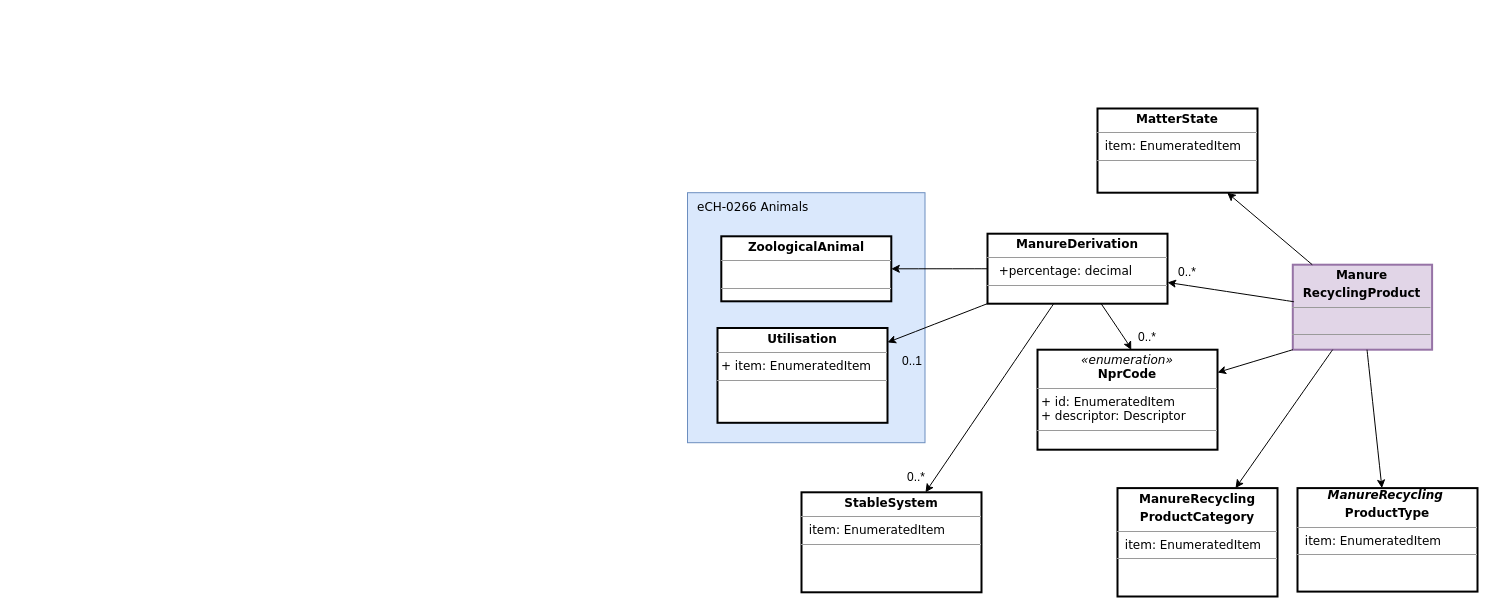
Above: src/eCH-0263__1_0__betriebsmittel_manure_recycling.drawio in blw-ofag-ufag/eCH-0263 (draw.io), before the change. Source tidied: cells renumbered, new cells numbered last; positions are measured from the earlier drawing's top-left corner, leaving out a move shared by most shapes. Both pictures are drawn from the tidied source at 100%, with x=0, y=0 at pixel (687, 108).
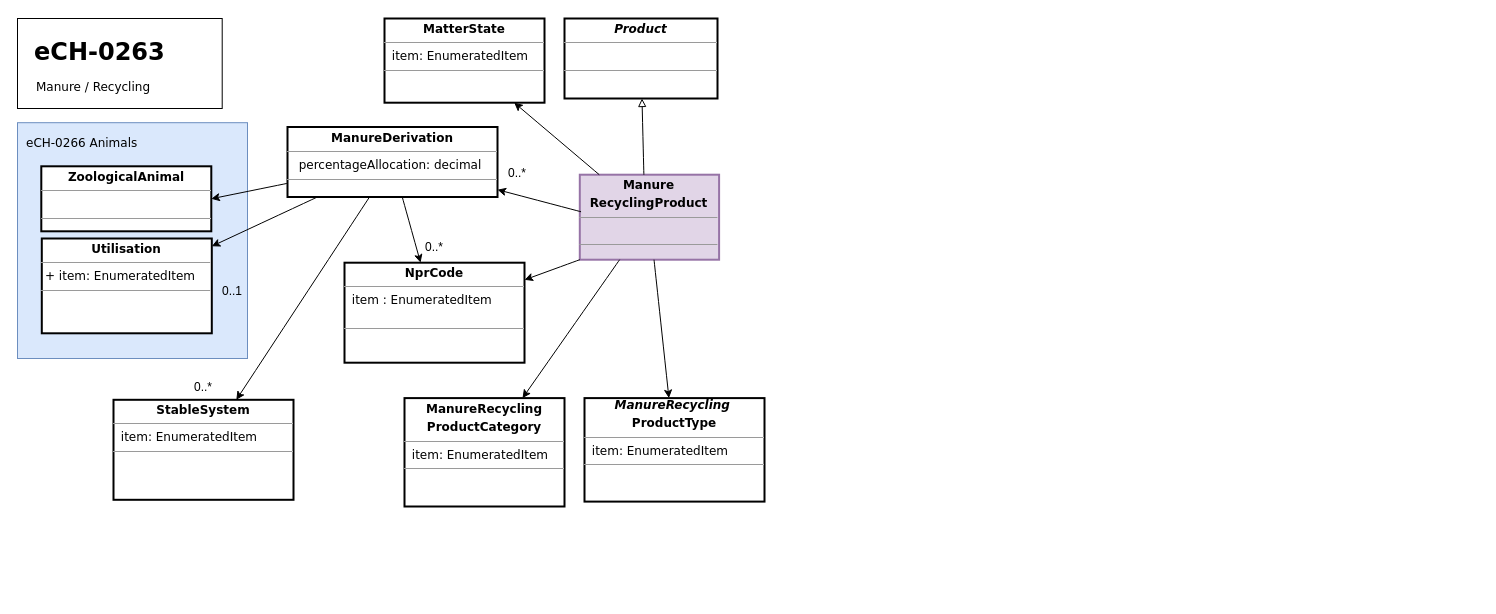
The same page after the edit.

The edit, as a diff of the source:
```diff
@@
     <mxCell id="2" value="&lt;p style=&quot;margin:0px;margin-top:4px;text-align:center;&quot;&gt;&lt;b&gt;Manure&lt;/b&gt;&lt;/p&gt;&lt;p style=&quot;margin:0px;margin-top:4px;text-align:center;&quot;&gt;&lt;b&gt;RecyclingProduct&lt;/b&gt;&lt;/p&gt;&lt;hr size=&quot;1&quot;&gt;&lt;p style=&quot;margin:0px;margin-left:4px;&quot;&gt;&amp;nbsp;&lt;br&gt;&lt;/p&gt;&lt;hr size=&quot;1&quot;&gt;&lt;p style=&quot;margin:0px;margin-left:4px;&quot;&gt;&lt;br&gt;&lt;/p&gt;" style="verticalAlign=top;align=left;overflow=fill;fontSize=12;fontFamily=Verdana;html=1;sketch=0;strokeWidth=2;fillColor=#e1d5e7;strokeColor=#9673a6;" parent="1" vertex="1">
-      <mxGeometry x="605.3" y="156.2" width="139.3" height="85" as="geometry" />
+      <mxGeometry x="-107.7" y="66.2" width="139.3" height="85" as="geometry" />
     </mxCell>
@@
     <mxCell id="4" value="&lt;i style=&quot;border-color: var(--border-color); text-align: center;&quot;&gt;&lt;span style=&quot;white-space: pre;&quot;&gt; &lt;/span&gt;&amp;nbsp; &amp;nbsp; &amp;nbsp; &amp;nbsp;&lt;b style=&quot;background-color: initial;&quot;&gt;ManureRecycling&lt;/b&gt;&lt;br&gt;&lt;/i&gt;&lt;p style=&quot;margin:0px;margin-top:4px;text-align:center;&quot;&gt;&lt;b&gt;ProductType&lt;/b&gt;&lt;/p&gt;&lt;hr size=&quot;1&quot;&gt;&lt;p style=&quot;margin:0px;margin-left:4px;&quot;&gt;&amp;nbsp;item: EnumeratedItem&lt;br&gt;&lt;/p&gt;&lt;hr size=&quot;1&quot;&gt;&lt;p style=&quot;margin:0px;margin-left:4px;&quot;&gt;&lt;br&gt;&lt;/p&gt;" style="verticalAlign=top;align=left;overflow=fill;fontSize=12;fontFamily=Verdana;html=1;sketch=0;strokeWidth=2;" parent="1" vertex="1">
-      <mxGeometry x="610" y="379.6" width="180" height="103.5" as="geometry" />
+      <mxGeometry x="-103" y="289.6" width="180" height="103.5" as="geometry" />
     </mxCell>
     <mxCell id="5" style="rounded=0;whiteSpace=wrap;html=1;fillColor=#dae8fc;strokeColor=#6c8ebf;fontFamily=Verdana;" parent="1" vertex="1">
-      <mxGeometry y="84.2" width="237.5" height="250" as="geometry" />
+      <mxGeometry x="-670" y="14.2" width="230" height="235.8" as="geometry" />
     </mxCell>
     <mxCell id="6" value="eCH-0266 Animals" style="text;html=1;strokeColor=none;fillColor=none;align=left;verticalAlign=middle;whiteSpace=wrap;rounded=0;strokeWidth=2;fontFamily=Verdana;" parent="1" vertex="1">
-      <mxGeometry x="7.5" y="84.2" width="290" height="30" as="geometry" />
+      <mxGeometry x="-663" y="20" width="290" height="30" as="geometry" />
     </mxCell>
     <mxCell id="7" value="&lt;p style=&quot;margin:0px;margin-top:4px;text-align:center;&quot;&gt;&lt;b&gt;ZoologicalAnimal&lt;/b&gt;&lt;/p&gt;&lt;hr size=&quot;1&quot;&gt;&lt;p style=&quot;margin:0px;margin-left:4px;&quot;&gt;&amp;nbsp;&amp;nbsp;&lt;br&gt;&lt;/p&gt;&lt;hr size=&quot;1&quot;&gt;&lt;p style=&quot;margin:0px;margin-left:4px;&quot;&gt;&lt;br&gt;&lt;/p&gt;" style="verticalAlign=top;align=left;overflow=fill;fontSize=12;fontFamily=Verdana;html=1;sketch=0;strokeWidth=2;" parent="1" vertex="1">
-      <mxGeometry x="33.8" y="127.8" width="170" height="65" as="geometry" />
+      <mxGeometry x="-646.2" y="57.8" width="170" height="65" as="geometry" />
     </mxCell>
-    <mxCell id="8" value="&lt;p style=&quot;margin:0px;margin-top:4px;text-align:center;&quot;&gt;&lt;b&gt;ManureDerivation&lt;/b&gt;&lt;/p&gt;&lt;hr size=&quot;1&quot;&gt;&lt;p style=&quot;margin:0px;margin-left:4px;&quot;&gt;&amp;nbsp; +percentage: decimal&lt;br&gt;&lt;/p&gt;&lt;hr size=&quot;1&quot;&gt;&lt;p style=&quot;margin:0px;margin-left:4px;&quot;&gt;&lt;br&gt;&lt;/p&gt;" style="verticalAlign=top;align=left;overflow=fill;fontSize=12;fontFamily=Verdana;html=1;sketch=0;strokeWidth=2;" parent="1" vertex="1">
-      <mxGeometry x="300" y="125.2" width="180" height="70" as="geometry" />
+    <mxCell id="8" value="&lt;p style=&quot;margin:0px;margin-top:4px;text-align:center;&quot;&gt;&lt;b&gt;ManureDerivation&lt;/b&gt;&lt;/p&gt;&lt;hr size=&quot;1&quot;&gt;&lt;p style=&quot;margin:0px;margin-left:4px;&quot;&gt;&amp;nbsp; percentageAllocation: decimal&lt;br&gt;&lt;/p&gt;&lt;hr size=&quot;1&quot;&gt;&lt;p style=&quot;margin:0px;margin-left:4px;&quot;&gt;&lt;br&gt;&lt;/p&gt;" style="verticalAlign=top;align=left;overflow=fill;fontSize=12;fontFamily=Verdana;html=1;sketch=0;strokeWidth=2;" parent="1" vertex="1">
+      <mxGeometry x="-400" y="18.5" width="210" height="70" as="geometry" />
     </mxCell>
@@
     <mxCell id="10" value="&lt;p style=&quot;margin:0px;margin-top:4px;text-align:center;&quot;&gt;&lt;b&gt;StableSystem&lt;/b&gt;&lt;/p&gt;&lt;hr size=&quot;1&quot;&gt;&lt;p style=&quot;margin:0px;margin-left:4px;&quot;&gt;&amp;nbsp;item: EnumeratedItem&lt;br&gt;&lt;/p&gt;&lt;hr size=&quot;1&quot;&gt;&lt;p style=&quot;margin:0px;margin-left:4px;&quot;&gt;&lt;br&gt;&lt;/p&gt;" style="verticalAlign=top;align=left;overflow=fill;fontSize=12;fontFamily=Verdana;html=1;sketch=0;strokeWidth=2;" parent="1" vertex="1">
-      <mxGeometry x="114" y="383.8" width="180" height="100" as="geometry" />
+      <mxGeometry x="-574" y="291.3" width="180" height="100" as="geometry" />
     </mxCell>
@@
     <mxCell id="12" value="&lt;p style=&quot;margin:0px;margin-top:4px;text-align:center;&quot;&gt;&lt;b style=&quot;background-color: initial;&quot;&gt;Utilisation&lt;/b&gt;&lt;br&gt;&lt;/p&gt;&lt;hr size=&quot;1&quot;&gt;&lt;p style=&quot;margin:0px;margin-left:4px;&quot;&gt;+ item: EnumeratedItem&lt;br&gt;&lt;/p&gt;&lt;hr size=&quot;1&quot;&gt;&lt;p style=&quot;margin:0px;margin-left:4px;&quot;&gt;&lt;br&gt;&lt;/p&gt;" style="verticalAlign=top;align=left;overflow=fill;fontSize=12;fontFamily=Verdana;html=1;sketch=0;strokeWidth=2;" parent="1" vertex="1">
-      <mxGeometry x="30" y="219.5" width="170" height="94.8" as="geometry" />
+      <mxGeometry x="-645.7" y="130" width="170" height="94.8" as="geometry" />
     </mxCell>
@@
     <mxCell id="14" value="0..1" style="text;html=1;strokeColor=none;fillColor=none;align=center;verticalAlign=middle;whiteSpace=wrap;rounded=0;" parent="1" vertex="1">
-      <mxGeometry x="195" y="238.2" width="60" height="30" as="geometry" />
+      <mxGeometry x="-485" y="168.2" width="60" height="30" as="geometry" />
     </mxCell>
     <mxCell id="15" value="&lt;p style=&quot;margin:0px;margin-top:4px;text-align:center;&quot;&gt;&lt;b&gt;ManureRecycling&lt;/b&gt;&lt;/p&gt;&lt;p style=&quot;margin:0px;margin-top:4px;text-align:center;&quot;&gt;&lt;b style=&quot;background-color: initial;&quot;&gt;ProductCategory&lt;/b&gt;&lt;/p&gt;&lt;hr size=&quot;1&quot;&gt;&lt;p style=&quot;margin:0px;margin-left:4px;&quot;&gt;&amp;nbsp;item: EnumeratedItem&lt;br&gt;&lt;/p&gt;&lt;hr size=&quot;1&quot;&gt;&lt;p style=&quot;margin:0px;margin-left:4px;&quot;&gt;&lt;br&gt;&lt;/p&gt;" style="verticalAlign=top;align=left;overflow=fill;fontSize=12;fontFamily=Verdana;html=1;sketch=0;strokeWidth=2;" parent="1" vertex="1">
-      <mxGeometry x="430" y="379.6" width="160" height="108.4" as="geometry" />
+      <mxGeometry x="-283" y="289.6" width="160" height="108.4" as="geometry" />
     </mxCell>
@@
-    <mxCell id="17" value="&lt;p style=&quot;margin:0px;margin-top:4px;text-align:center;&quot;&gt;&lt;i&gt;«enumeration»&lt;/i&gt;&lt;br&gt;&lt;b&gt;NprCode&lt;/b&gt;&lt;/p&gt;&lt;hr size=&quot;1&quot;&gt;&lt;p style=&quot;margin:0px;margin-left:4px;&quot;&gt;+ id: EnumeratedItem&lt;br&gt;&lt;/p&gt;&lt;p style=&quot;margin:0px;margin-left:4px;&quot;&gt;+ descriptor: Descriptor&lt;/p&gt;&lt;hr size=&quot;1&quot;&gt;&lt;p style=&quot;margin:0px;margin-left:4px;&quot;&gt;&lt;br&gt;&lt;/p&gt;" style="verticalAlign=top;align=left;overflow=fill;fontSize=12;fontFamily=Verdana;html=1;sketch=0;strokeWidth=2;" parent="1" vertex="1">
-      <mxGeometry x="350" y="241.2" width="180" height="100" as="geometry" />
+    <mxCell id="17" value="&lt;p style=&quot;margin:0px;margin-top:4px;text-align:center;&quot;&gt;&lt;b&gt;NprCode&lt;/b&gt;&lt;/p&gt;&lt;hr size=&quot;1&quot;&gt;&lt;p style=&quot;margin:0px;margin-left:4px;&quot;&gt;&amp;nbsp;item : EnumeratedItem&lt;br&gt;&lt;/p&gt;&lt;p style=&quot;margin:0px;margin-left:4px;&quot;&gt;&amp;nbsp;&lt;/p&gt;&lt;hr size=&quot;1&quot;&gt;&lt;p style=&quot;margin:0px;margin-left:4px;&quot;&gt;&lt;br&gt;&lt;/p&gt;" style="verticalAlign=top;align=left;overflow=fill;fontSize=12;fontFamily=Verdana;html=1;sketch=0;strokeWidth=2;" parent="1" vertex="1">
+      <mxGeometry x="-343" y="154.2" width="180" height="100" as="geometry" />
     </mxCell>
@@
     <mxCell id="19" value="&lt;p style=&quot;margin:0px;margin-top:4px;text-align:center;&quot;&gt;&lt;b style=&quot;background-color: initial;&quot;&gt;MatterState&lt;/b&gt;&lt;br&gt;&lt;/p&gt;&lt;hr size=&quot;1&quot;&gt;&lt;p style=&quot;margin:0px;margin-left:4px;&quot;&gt;&amp;nbsp;item: EnumeratedItem&lt;br&gt;&lt;/p&gt;&lt;hr size=&quot;1&quot;&gt;&lt;p style=&quot;margin:0px;margin-left:4px;&quot;&gt;&lt;br&gt;&lt;/p&gt;" style="verticalAlign=top;align=left;overflow=fill;fontSize=12;fontFamily=Verdana;html=1;sketch=0;strokeWidth=2;" parent="1" vertex="1">
-      <mxGeometry x="410" width="160" height="84.2" as="geometry" />
+      <mxGeometry x="-303" y="-90" width="160" height="84.2" as="geometry" />
     </mxCell>
@@
     <mxCell id="21" value="0..*" style="text;html=1;strokeColor=none;fillColor=none;align=center;verticalAlign=middle;whiteSpace=wrap;rounded=0;" parent="1" vertex="1">
-      <mxGeometry x="199" y="353.8" width="60" height="30" as="geometry" />
+      <mxGeometry x="-514" y="263.8" width="60" height="30" as="geometry" />
     </mxCell>
-    <mxCell id="22" style="endArrow=classic;html=1;sketch=0;fontFamily=Verdana;curved=1;entryX=0.521;entryY=0.002;entryDx=0;entryDy=0;entryPerimeter=0;" parent="1" edge="1" source="8" target="17">
-      <mxGeometry relative="1" as="geometry">
-        <Array as="points">
-          <mxPoint x="440" y="234.2" />
-        </Array>
-      </mxGeometry>
-    </mxCell>
@@
     <mxCell id="24" value="0..*" style="text;html=1;strokeColor=none;fillColor=none;align=center;verticalAlign=middle;whiteSpace=wrap;rounded=0;" parent="1" vertex="1">
-      <mxGeometry x="470" y="148.5" width="60" height="30" as="geometry" />
+      <mxGeometry x="-200" y="50" width="60" height="30" as="geometry" />
     </mxCell>
     <mxCell id="25" value="0..*" style="text;html=1;strokeColor=none;fillColor=none;align=center;verticalAlign=middle;whiteSpace=wrap;rounded=0;" parent="1" vertex="1">
-      <mxGeometry x="430" y="214.2" width="60" height="30" as="geometry" />
+      <mxGeometry x="-283" y="124.2" width="60" height="30" as="geometry" />
     </mxCell>
+    <mxCell id="26" style="rounded=0;whiteSpace=wrap;html=1;" parent="1" vertex="1">
+      <mxGeometry x="-670" y="-90" width="204.7" height="90" as="geometry" />
+    </mxCell>
+    <mxCell id="27" value="&lt;h1&gt;&lt;span style=&quot;background-color: initial;&quot;&gt;eCH-0263&lt;/span&gt;&lt;/h1&gt;&lt;div&gt;&lt;br&gt;&lt;/div&gt;" style="text;html=1;strokeColor=none;fillColor=none;spacing=5;spacingTop=-20;whiteSpace=wrap;overflow=hidden;rounded=0;strokeWidth=2;fontFamily=Verdana;" parent="1" vertex="1">
+      <mxGeometry x="-658.5" y="-75.8" width="195.7" height="40" as="geometry" />
+    </mxCell>
+    <mxCell id="28" value="Manure / Recycling" style="text;html=1;strokeColor=none;fillColor=none;align=left;verticalAlign=middle;whiteSpace=wrap;rounded=0;strokeWidth=2;fontFamily=Verdana;" parent="1" vertex="1">
+      <mxGeometry x="-653.2" y="-35.8" width="166.2" height="30" as="geometry" />
+    </mxCell>
+    <mxCell id="29" value="&lt;p style=&quot;margin:0px;margin-top:4px;text-align:center;&quot;&gt;&lt;b&gt;&lt;i&gt;Product&lt;/i&gt;&lt;/b&gt;&lt;/p&gt;&lt;hr size=&quot;1&quot;&gt;&lt;p style=&quot;margin:0px;margin-left:4px;&quot;&gt;&lt;br&gt;&lt;/p&gt;&lt;hr size=&quot;1&quot;&gt;&lt;p style=&quot;margin:0px;margin-left:4px;&quot;&gt;&lt;br&gt;&lt;/p&gt;" style="verticalAlign=top;align=left;overflow=fill;fontSize=12;fontFamily=Verdana;html=1;sketch=0;strokeWidth=2;" parent="1" vertex="1">
+      <mxGeometry x="-123" y="-90" width="153" height="80" as="geometry" />
+    </mxCell>
+    <mxCell id="30" style="endArrow=block;html=1;sketch=0;fontFamily=Verdana;curved=1;endFill=0;exitX=0.46;exitY=0;exitDx=0;exitDy=0;exitPerimeter=0;" parent="1" edge="1" source="2" target="29">
+      <mxGeometry relative="1" as="geometry" />
+    </mxCell>
+    <mxCell id="22" style="endArrow=classic;html=1;sketch=0;fontFamily=Verdana;curved=1;" parent="1" edge="1" source="8" target="17">
+      <mxGeometry relative="1" as="geometry" />
+    </mxCell>
```
